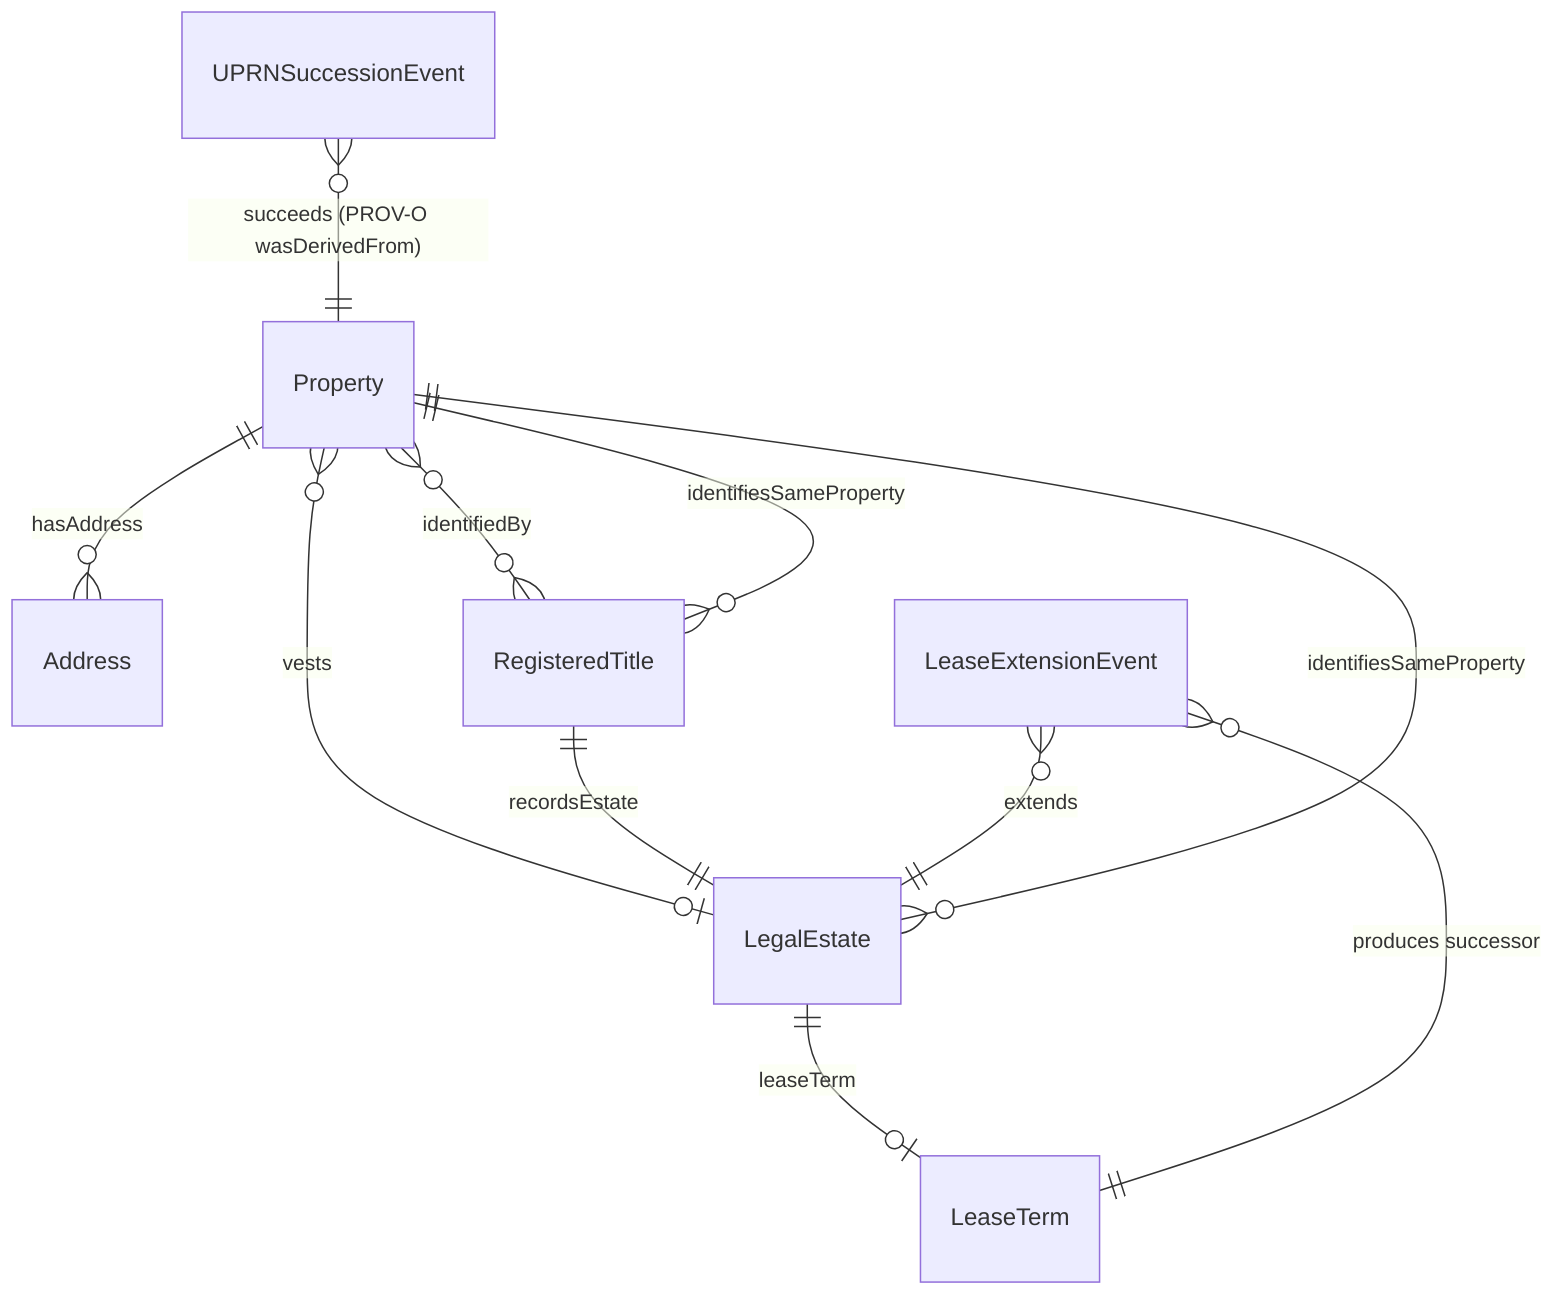
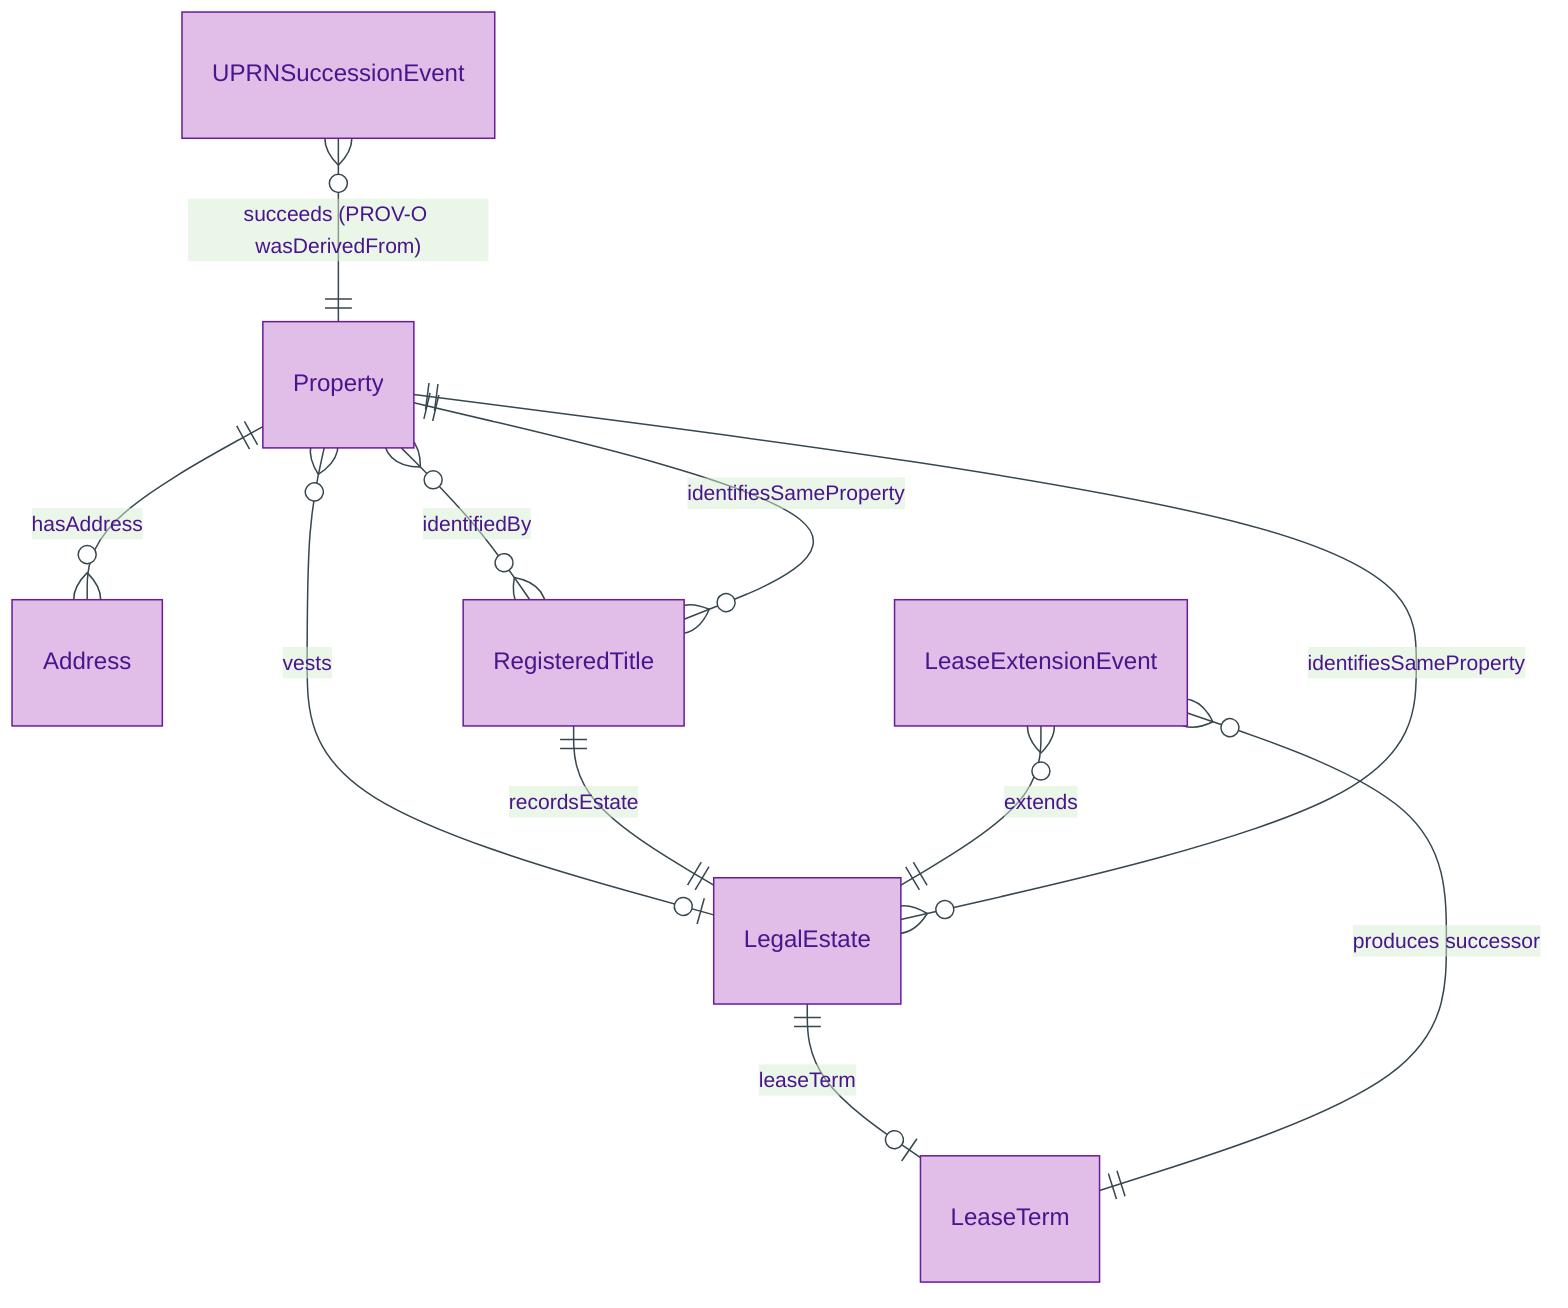
+ %%{init: {"theme": "base", "themeVariables": {"primaryColor": "#E1BEE7", "primaryTextColor": "#4A148C", "primaryBorderColor": "#6A1B9A", "lineColor": "#37474F"}}}%%
erDiagram
+     accTitle: Property Module — Entity-Relationship Diagram
+     accDescr: Property module entities (Property, Address, LegalEstate, RegisteredTitle, LeaseTerm) and lifecycle events (LeaseExtensionEvent, UPRNSuccessionEvent) with intra-module relationships.
+ 
    Property ||--o{ Address : "hasAddress"
    Property }o--o| LegalEstate : "vests"
    Property }o--o{ RegisteredTitle : "identifiedBy"
    RegisteredTitle ||--|| LegalEstate : "recordsEstate"
    RegisteredTitle }o--|| Property : "identifiesSameProperty"
    LegalEstate }o--|| Property : "identifiesSameProperty"
    LegalEstate ||--o| LeaseTerm : "leaseTerm"
    LeaseExtensionEvent }o--|| LegalEstate : "extends"
    LeaseExtensionEvent }o--|| LeaseTerm : "produces successor"
    UPRNSuccessionEvent }o--|| Property : "succeeds (PROV-O wasDerivedFrom)"
